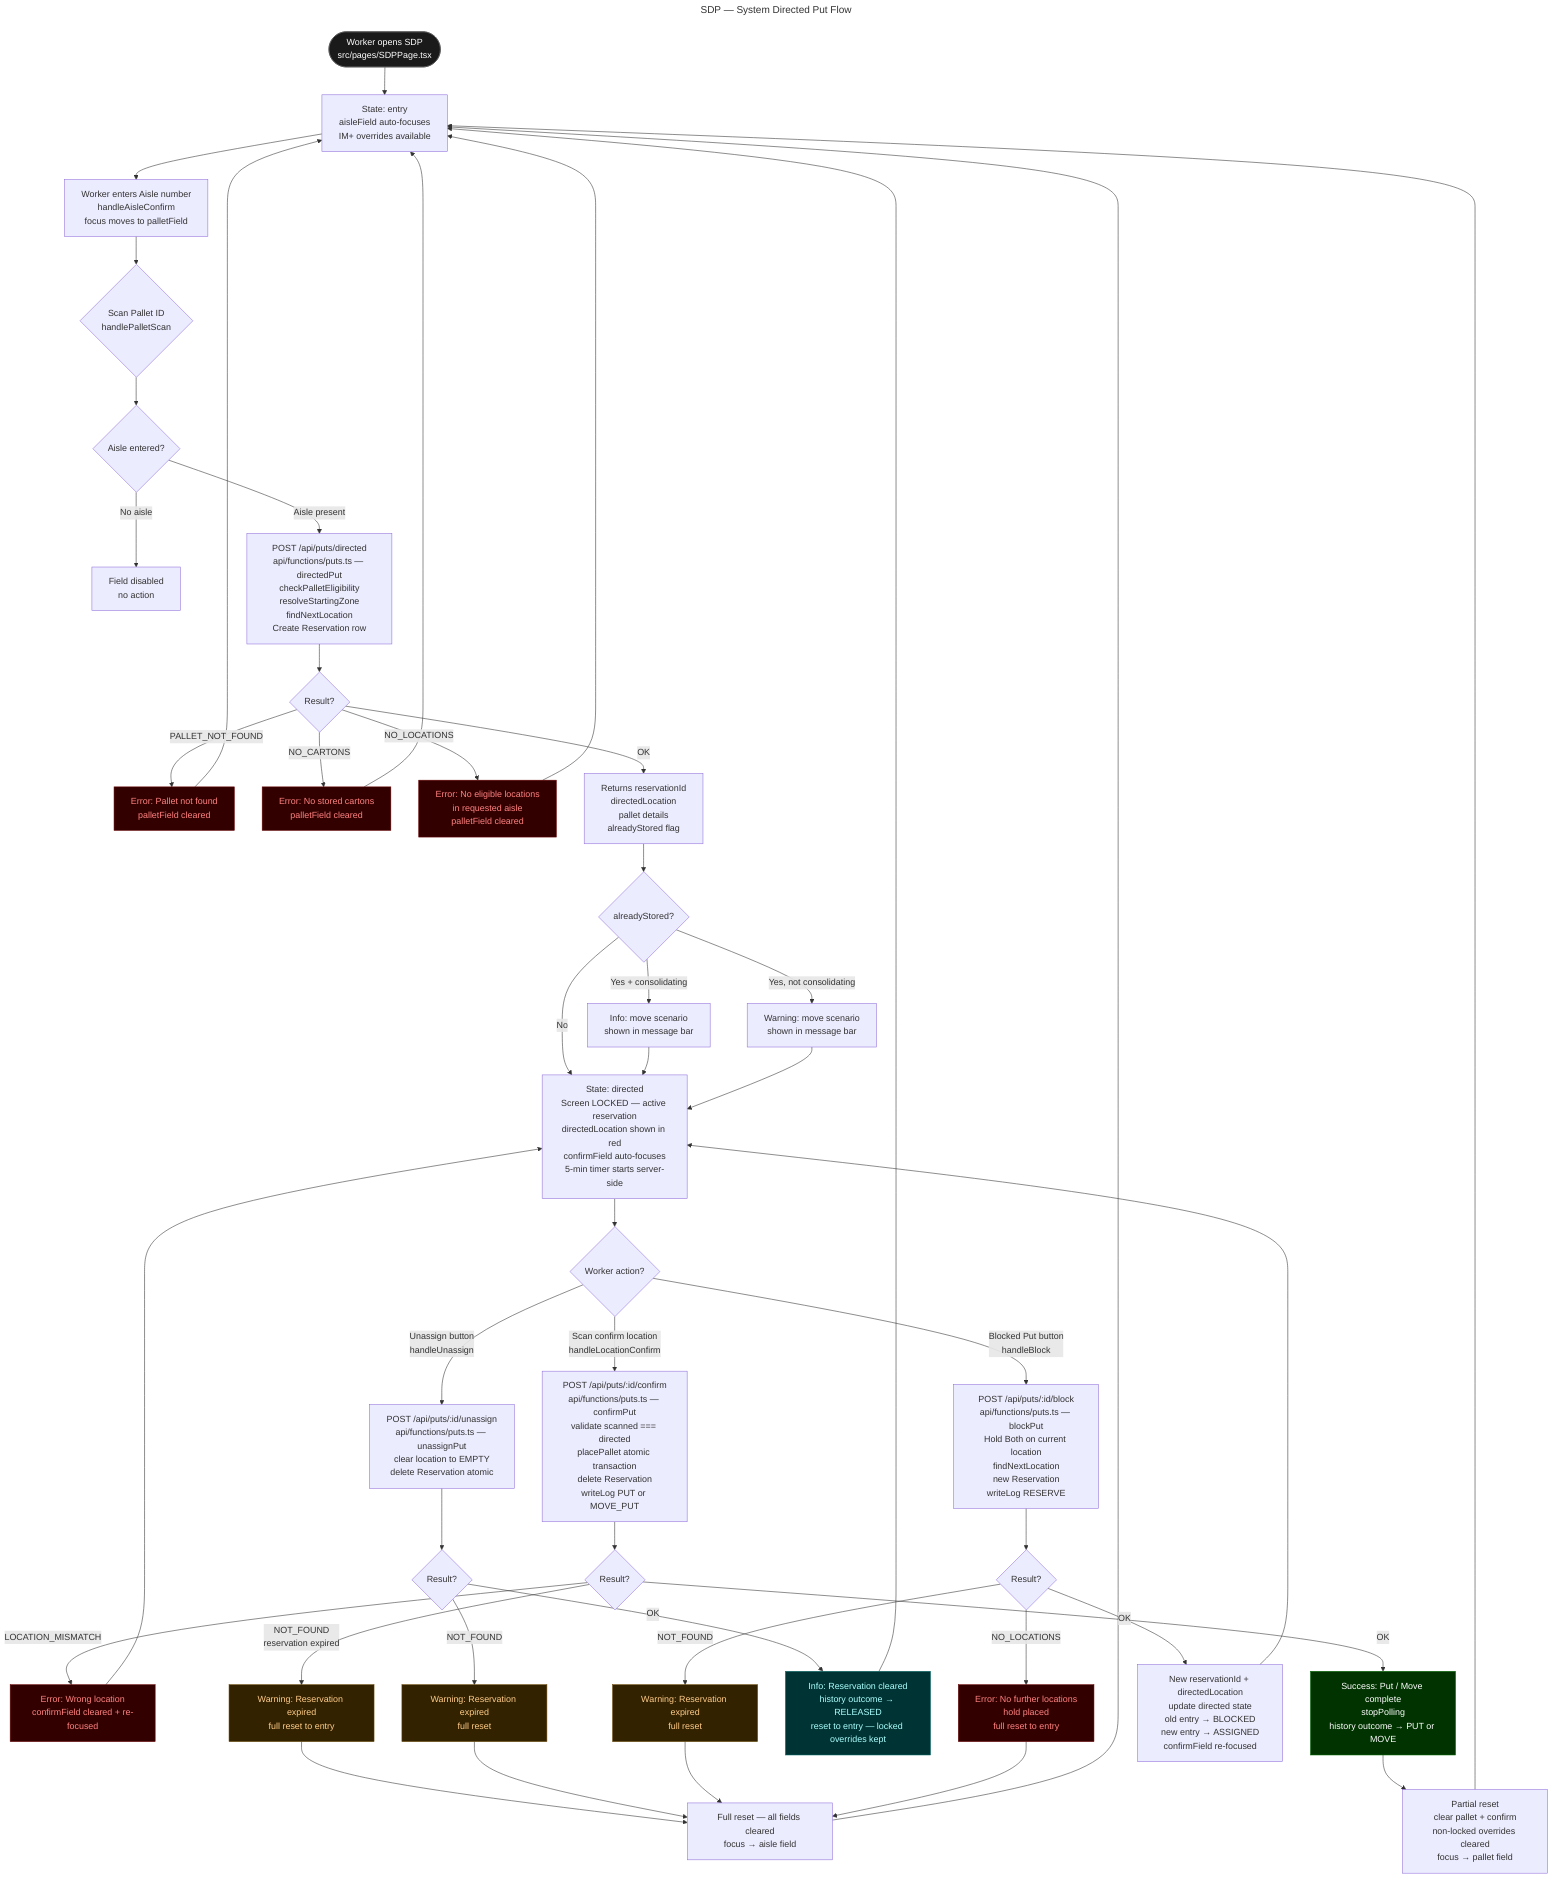
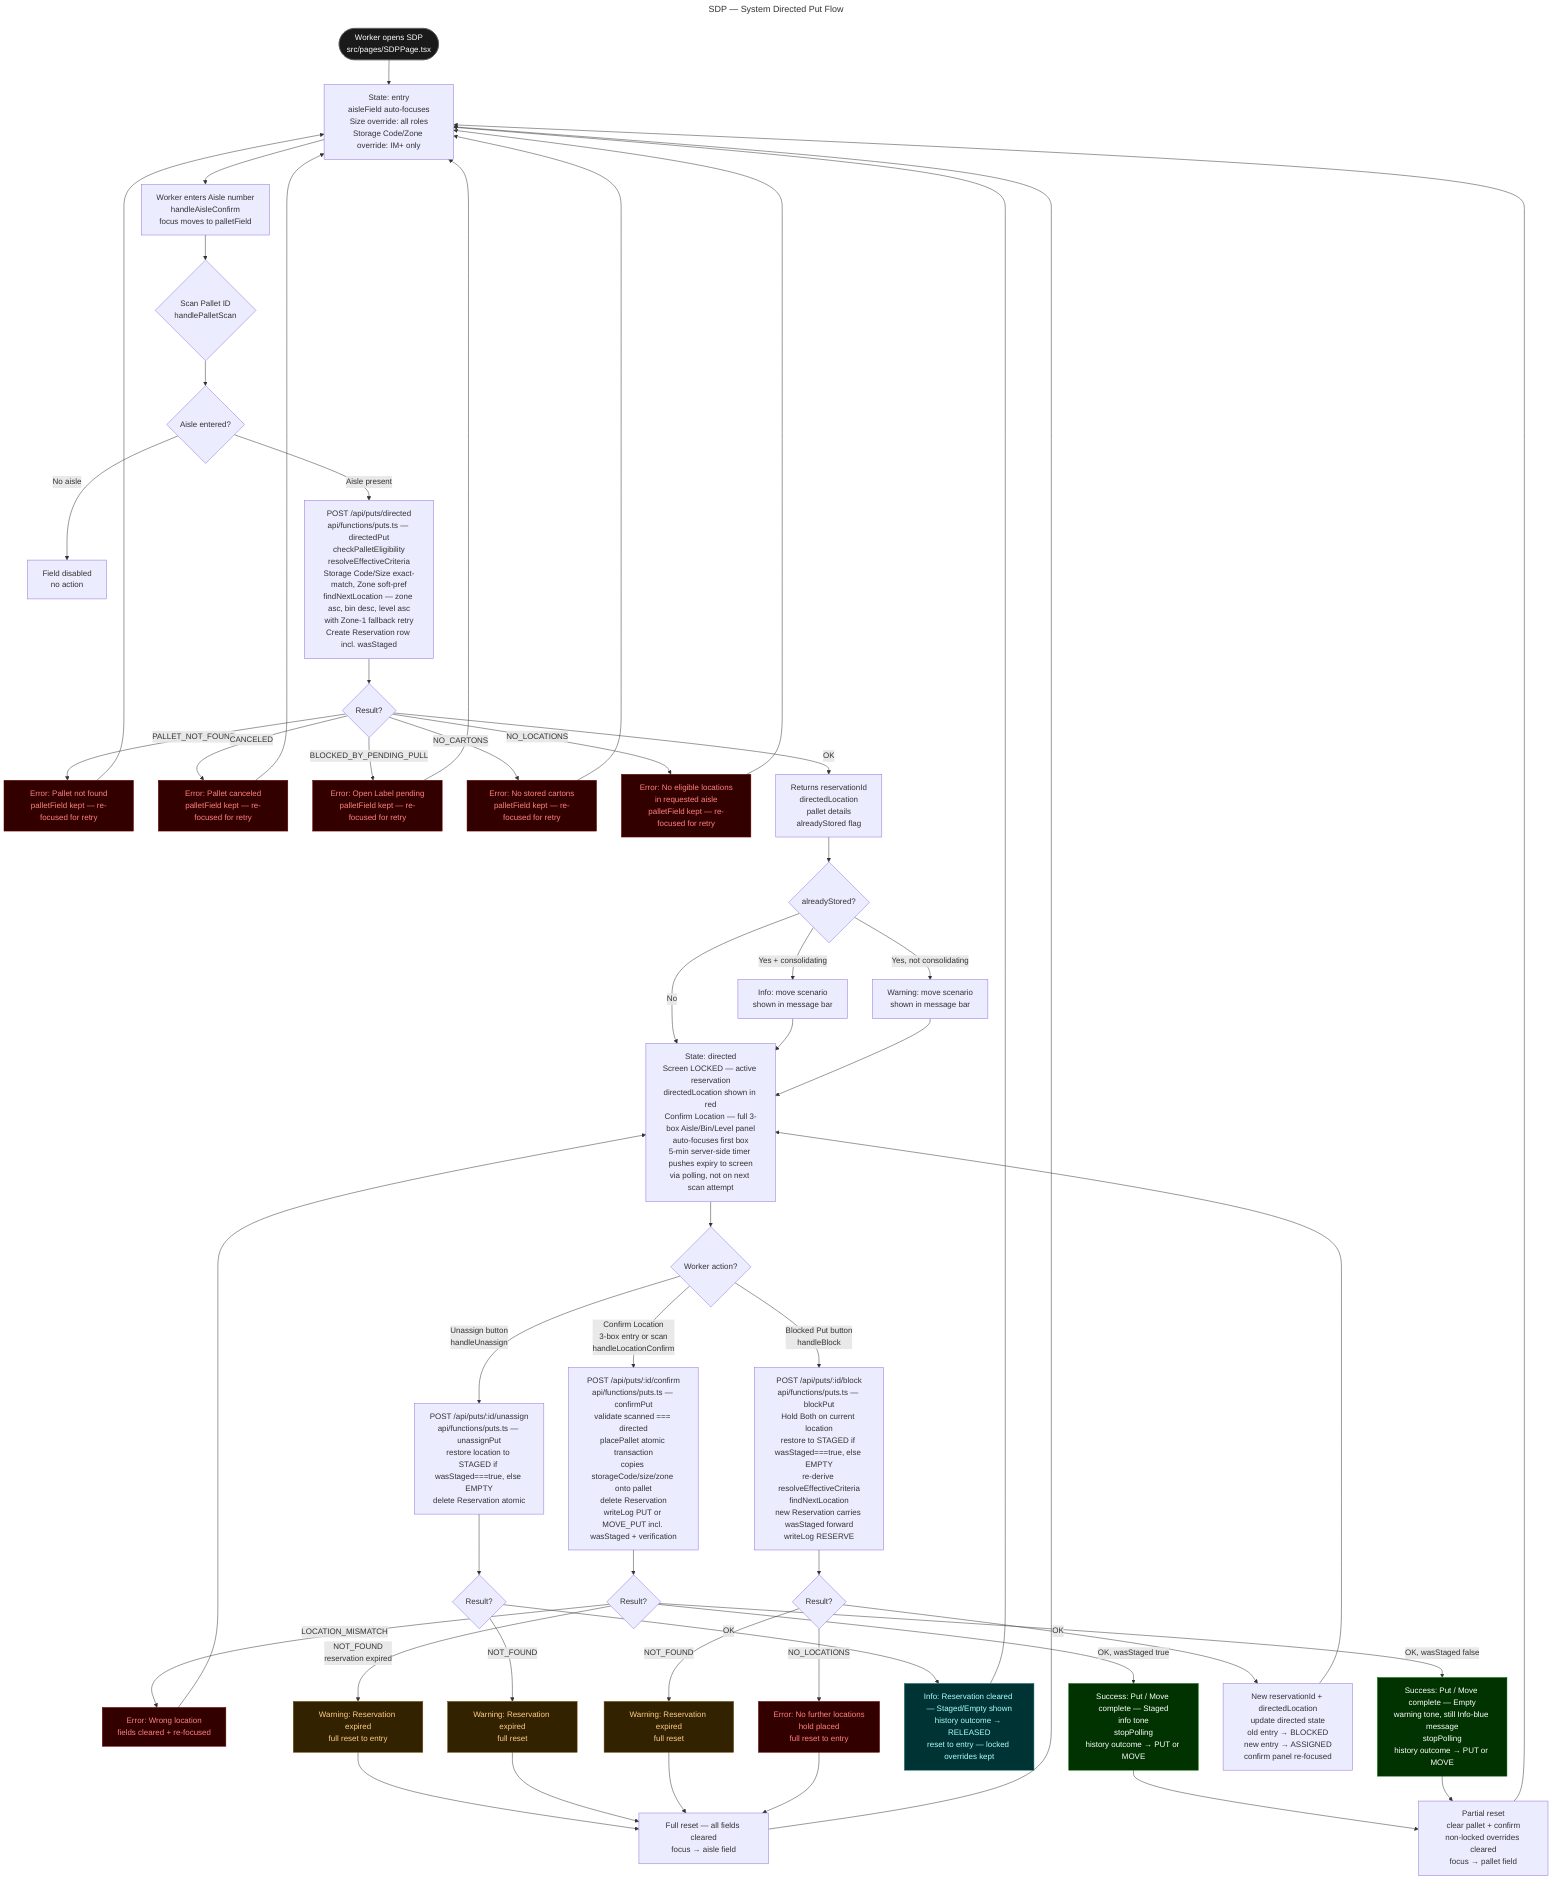
---
title: SDP — System Directed Put Flow
---
flowchart TD
    START([Worker opens SDP\nsrc/pages/SDPPage.tsx]) --> S1

-     S1[State: entry\naisleField auto-focuses\nIM+ overrides available]
+     S1[State: entry\naisleField auto-focuses\nSize override: all roles\nStorage Code/Zone override: IM+ only]

    S1 --> AISLE[Worker enters Aisle number\nhandleAisleConfirm\nfocus moves to palletField]

    AISLE --> PALLET_SCAN{Scan Pallet ID\nhandlePalletScan}

    PALLET_SCAN --> VALIDATE{Aisle entered?}
    VALIDATE -->|No aisle| NOOP[Field disabled\nno action]
    VALIDATE -->|Aisle present| API_DIR

-     API_DIR[POST /api/puts/directed\napi/functions/puts.ts — directedPut\ncheckPalletEligibility\nresolveStartingZone\nfindNextLocation\nCreate Reservation row]
+     API_DIR[POST /api/puts/directed\napi/functions/puts.ts — directedPut\ncheckPalletEligibility\nresolveEffectiveCriteria\nStorage Code/Size exact-match, Zone soft-pref\nfindNextLocation — zone asc, bin desc, level asc\nwith Zone-1 fallback retry\nCreate Reservation row incl. wasStaged]

    API_DIR --> DIR_OK{Result?}
-     DIR_OK -->|PALLET_NOT_FOUND| ERR_P1[Error: Pallet not found\npalletField cleared]
-     DIR_OK -->|NO_CARTONS| ERR_P2[Error: No stored cartons\npalletField cleared]
-     DIR_OK -->|NO_LOCATIONS| ERR_P3[Error: No eligible locations\nin requested aisle\npalletField cleared]
+     DIR_OK -->|PALLET_NOT_FOUND| ERR_P1[Error: Pallet not found\npalletField kept — re-focused for retry]
+     DIR_OK -->|CANCELED| ERR_P4[Error: Pallet canceled\npalletField kept — re-focused for retry]
+     DIR_OK -->|BLOCKED_BY_PENDING_PULL| ERR_P5[Error: Open Label pending\npalletField kept — re-focused for retry]
+     DIR_OK -->|NO_CARTONS| ERR_P2[Error: No stored cartons\npalletField kept — re-focused for retry]
+     DIR_OK -->|NO_LOCATIONS| ERR_P3[Error: No eligible locations\nin requested aisle\npalletField kept — re-focused for retry]
    DIR_OK -->|OK| DIR_RESULT[Returns reservationId\ndirectedLocation\npallet details\nalreadyStored flag]

    ERR_P1 --> S1
+     ERR_P4 --> S1
+     ERR_P5 --> S1
    ERR_P2 --> S1
    ERR_P3 --> S1

    DIR_RESULT --> MOVE_CHECK{alreadyStored?}
    MOVE_CHECK -->|Yes + consolidating| INFO_MSG[Info: move scenario\nshown in message bar]
    MOVE_CHECK -->|Yes, not consolidating| WARN_MSG[Warning: move scenario\nshown in message bar]
    MOVE_CHECK -->|No| S2

    INFO_MSG --> S2
    WARN_MSG --> S2

-     S2[State: directed\nScreen LOCKED — active reservation\ndirectedLocation shown in red\nconfirmField auto-focuses\n5-min timer starts server-side]
+     S2[State: directed\nScreen LOCKED — active reservation\ndirectedLocation shown in red\nConfirm Location — full 3-box Aisle/Bin/Level panel\nauto-focuses first box\n5-min server-side timer pushes expiry to screen\nvia polling, not on next scan attempt]

    S2 --> ACTION{Worker action?}

-     ACTION -->|Scan confirm location\nhandleLocationConfirm| CONF[POST /api/puts/:id/confirm\napi/functions/puts.ts — confirmPut\nvalidate scanned === directed\nplacePallet atomic transaction\ndelete Reservation\nwriteLog PUT or MOVE_PUT]
+     ACTION -->|Confirm Location\n3-box entry or scan\nhandleLocationConfirm| CONF[POST /api/puts/:id/confirm\napi/functions/puts.ts — confirmPut\nvalidate scanned === directed\nplacePallet atomic transaction\ncopies storageCode/size/zone onto pallet\ndelete Reservation\nwriteLog PUT or MOVE_PUT incl. wasStaged + verification]

    CONF --> CONF_OK{Result?}
-     CONF_OK -->|LOCATION_MISMATCH| ERR_C1[Error: Wrong location\nconfirmField cleared + re-focused]
+     CONF_OK -->|LOCATION_MISMATCH| ERR_C1[Error: Wrong location\nfields cleared + re-focused]
    CONF_OK -->|NOT_FOUND\nreservation expired| EXPIRE_C[Warning: Reservation expired\nfull reset to entry]
-     CONF_OK -->|OK| PUT_SUCCESS[Success: Put / Move complete\nstopPolling\nhistory outcome → PUT or MOVE]
+     CONF_OK -->|OK, wasStaged true| PUT_SUCCESS_STAGED[Success: Put / Move complete — Staged\ninfo tone\nstopPolling\nhistory outcome → PUT or MOVE]
+     CONF_OK -->|OK, wasStaged false| PUT_SUCCESS_EMPTY[Success: Put / Move complete — Empty\nwarning tone, still Info-blue message\nstopPolling\nhistory outcome → PUT or MOVE]

    ERR_C1 --> S2

-     ACTION -->|Unassign button\nhandleUnassign| UNASSIGN[POST /api/puts/:id/unassign\napi/functions/puts.ts — unassignPut\nclear location to EMPTY\ndelete Reservation atomic]
+     ACTION -->|Unassign button\nhandleUnassign| UNASSIGN[POST /api/puts/:id/unassign\napi/functions/puts.ts — unassignPut\nrestore location to STAGED if wasStaged===true, else EMPTY\ndelete Reservation atomic]

    UNASSIGN --> UN_OK{Result?}
    UN_OK -->|NOT_FOUND| EXPIRE_U[Warning: Reservation expired\nfull reset]
-     UN_OK -->|OK| UN_SUCCESS[Info: Reservation cleared\nhistory outcome → RELEASED\nreset to entry — locked overrides kept]
+     UN_OK -->|OK| UN_SUCCESS[Info: Reservation cleared — Staged/Empty shown\nhistory outcome → RELEASED\nreset to entry — locked overrides kept]

-     ACTION -->|Blocked Put button\nhandleBlock| BLOCK[POST /api/puts/:id/block\napi/functions/puts.ts — blockPut\nHold Both on current location\nfindNextLocation\nnew Reservation\nwriteLog RESERVE]
+     ACTION -->|Blocked Put button\nhandleBlock| BLOCK[POST /api/puts/:id/block\napi/functions/puts.ts — blockPut\nHold Both on current location\nrestore to STAGED if wasStaged===true, else EMPTY\nre-derive resolveEffectiveCriteria\nfindNextLocation\nnew Reservation carries wasStaged forward\nwriteLog RESERVE]

    BLOCK --> BLK_OK{Result?}
    BLK_OK -->|NO_LOCATIONS| ERR_BLK[Error: No further locations\nhold placed\nfull reset to entry]
    BLK_OK -->|NOT_FOUND| EXPIRE_B[Warning: Reservation expired\nfull reset]
-     BLK_OK -->|OK| BLK_SUCCESS[New reservationId + directedLocation\nupdate directed state\nold entry → BLOCKED\nnew entry → ASSIGNED\nconfirmField re-focused]
+     BLK_OK -->|OK| BLK_SUCCESS[New reservationId + directedLocation\nupdate directed state\nold entry → BLOCKED\nnew entry → ASSIGNED\nconfirm panel re-focused]

    BLK_SUCCESS --> S2

-     PUT_SUCCESS --> RESET_N[Partial reset\nclear pallet + confirm\nnon-locked overrides cleared\nfocus → pallet field]
+     PUT_SUCCESS_STAGED --> RESET_N[Partial reset\nclear pallet + confirm\nnon-locked overrides cleared\nfocus → pallet field]
+     PUT_SUCCESS_EMPTY --> RESET_N
    RESET_N --> S1

    UN_SUCCESS --> S1
    EXPIRE_C --> S1_FULL[Full reset — all fields cleared\nfocus → aisle field]
    EXPIRE_U --> S1_FULL
    EXPIRE_B --> S1_FULL
    ERR_BLK --> S1_FULL
    S1_FULL --> S1

    style START fill:#1a1a1a,stroke:#555,color:#fff
-     style PUT_SUCCESS fill:#003300,stroke:#006600,color:#fff
+     style PUT_SUCCESS_STAGED fill:#003300,stroke:#006600,color:#fff
+     style PUT_SUCCESS_EMPTY fill:#003300,stroke:#006600,color:#fff
    style UN_SUCCESS fill:#003333,stroke:#006666,color:#aaffff
    style ERR_P1 fill:#330000,stroke:#660000,color:#ff8080
+     style ERR_P4 fill:#330000,stroke:#660000,color:#ff8080
+     style ERR_P5 fill:#330000,stroke:#660000,color:#ff8080
    style ERR_P2 fill:#330000,stroke:#660000,color:#ff8080
    style ERR_P3 fill:#330000,stroke:#660000,color:#ff8080
    style ERR_C1 fill:#330000,stroke:#660000,color:#ff8080
    style ERR_BLK fill:#330000,stroke:#660000,color:#ff8080
    style EXPIRE_C fill:#332200,stroke:#664400,color:#ffcc88
    style EXPIRE_U fill:#332200,stroke:#664400,color:#ffcc88
    style EXPIRE_B fill:#332200,stroke:#664400,color:#ffcc88
